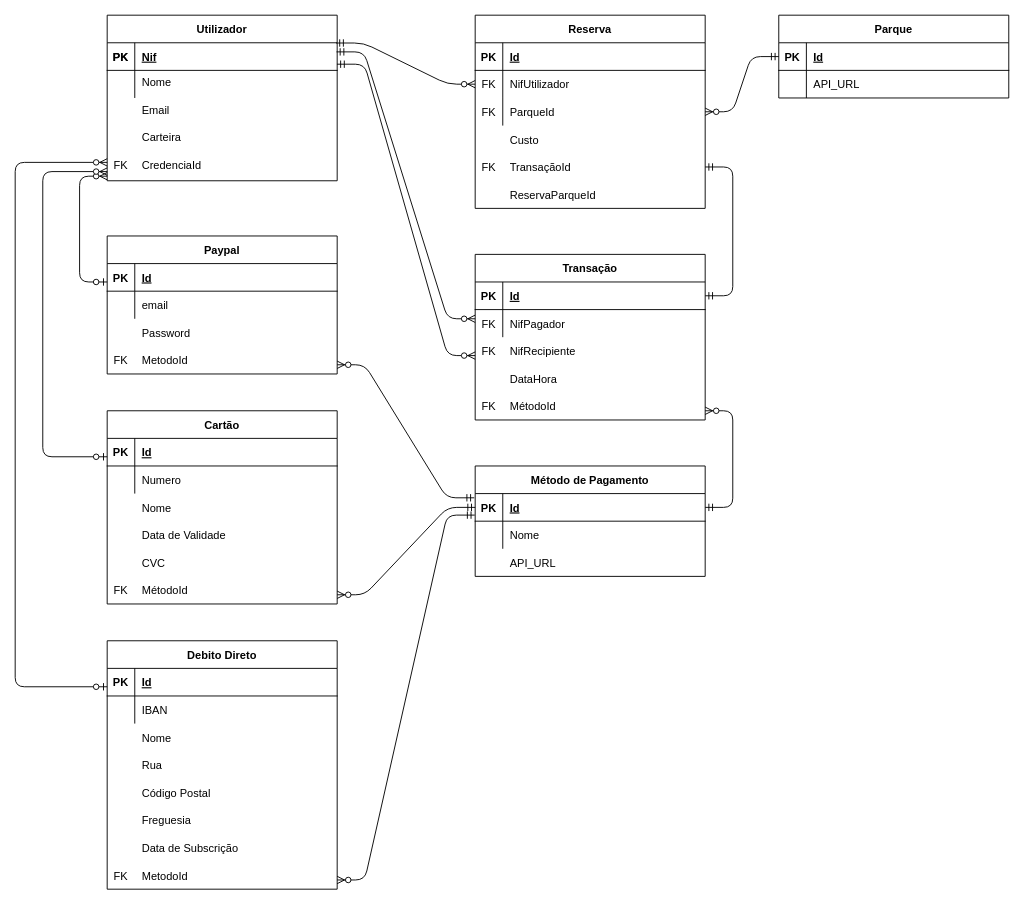
Earlier version of the draw.io diagram Documentos/Sprint3/Modelo Relacional/Modelo Relacional.drawio (UPskillDOTNET/Jakim-das-Coives-S.A.). Source tidied: cells renumbered, new cells numbered last; positions are measured from the earlier drawing's top-left corner, leaving out a move shared by most shapes. Both pictures are drawn from the tidied source at 92%, with x=0, y=0 at pixel (15, 15).
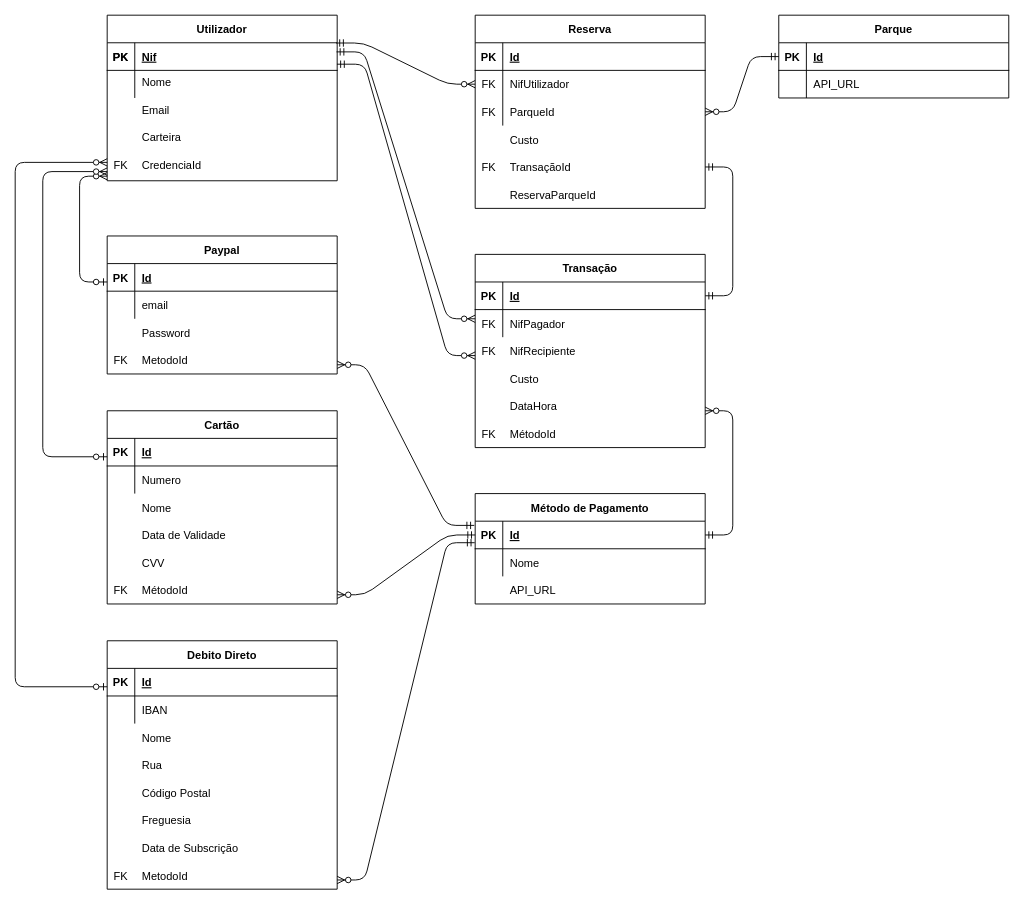
The same page after the edit.

Commit message (it also covers changes not shown here):
CD e Modelo Relacional actualizados

Diff of the diagram source:
```diff
@@
     <mxCell id="36" value="Método de Pagamento" style="shape=table;startSize=30;childLayout=tableLayout;rowLines=0;fontStyle=1;align=center;" parent="1" vertex="1">
-      <mxGeometry x="500" y="490" width="250" height="120" as="geometry" />
+      <mxGeometry x="500" y="520" width="250" height="120" as="geometry" />
     </mxCell>
@@
     <mxCell id="49" value="API_URL" style="shape=partialRectangle;overflow=hidden;fillColor=none;top=0;left=0;bottom=0;right=0;align=left;spacingLeft=6;" parent="1" vertex="1">
-      <mxGeometry x="530" y="580" width="220" height="30" as="geometry" />
+      <mxGeometry x="530" y="610" width="220" height="30" as="geometry" />
     </mxCell>
     <mxCell id="50" value="Transação" style="shape=table;startSize=30;childLayout=tableLayout;rowLines=0;fontStyle=1;align=center;" parent="1" vertex="1">
-      <mxGeometry x="500" y="260" width="250" height="180" as="geometry" />
+      <mxGeometry x="500" y="260" width="250" height="210" as="geometry" />
     </mxCell>
@@
-    <mxCell id="58" value="DataHora" style="shape=partialRectangle;overflow=hidden;fillColor=none;top=0;left=0;bottom=0;right=0;align=left;spacingLeft=6;" parent="1" vertex="1">
+    <mxCell id="58" value="Custo" style="shape=partialRectangle;overflow=hidden;fillColor=none;top=0;left=0;bottom=0;right=0;align=left;spacingLeft=6;" parent="1" vertex="1">
       <mxGeometry x="530" y="380" width="220" height="30" as="geometry" />
     </mxCell>
     <mxCell id="59" value="MétodoId" style="shape=partialRectangle;overflow=hidden;fillColor=none;top=0;left=0;bottom=0;right=0;align=left;spacingLeft=6;" parent="1" vertex="1">
-      <mxGeometry x="530" y="410" width="220" height="30" as="geometry" />
+      <mxGeometry x="530" y="440" width="220" height="30" as="geometry" />
     </mxCell>
     <mxCell id="60" value="FK" style="shape=partialRectangle;overflow=hidden;fillColor=none;top=0;left=0;bottom=0;right=0;" parent="1" vertex="1">
-      <mxGeometry x="500" y="410" width="30" height="30" as="geometry" />
+      <mxGeometry x="500" y="440" width="30" height="30" as="geometry" />
     </mxCell>
@@
-    <mxCell id="94" value="CVC" style="shape=partialRectangle;overflow=hidden;fillColor=none;top=0;left=0;bottom=0;right=0;align=left;spacingLeft=6;" parent="1" vertex="1">
+    <mxCell id="94" value="CVV" style="shape=partialRectangle;overflow=hidden;fillColor=none;top=0;left=0;bottom=0;right=0;align=left;spacingLeft=6;" parent="1" vertex="1">
       <mxGeometry x="130" y="580" width="220" height="30" as="geometry" />
     </mxCell>
@@
+    <mxCell id="110" value="DataHora" style="shape=partialRectangle;overflow=hidden;fillColor=none;top=0;left=0;bottom=0;right=0;align=left;spacingLeft=6;" parent="1" vertex="1">
+      <mxGeometry x="530" y="410" width="220" height="30" as="geometry" />
+    </mxCell>
```
